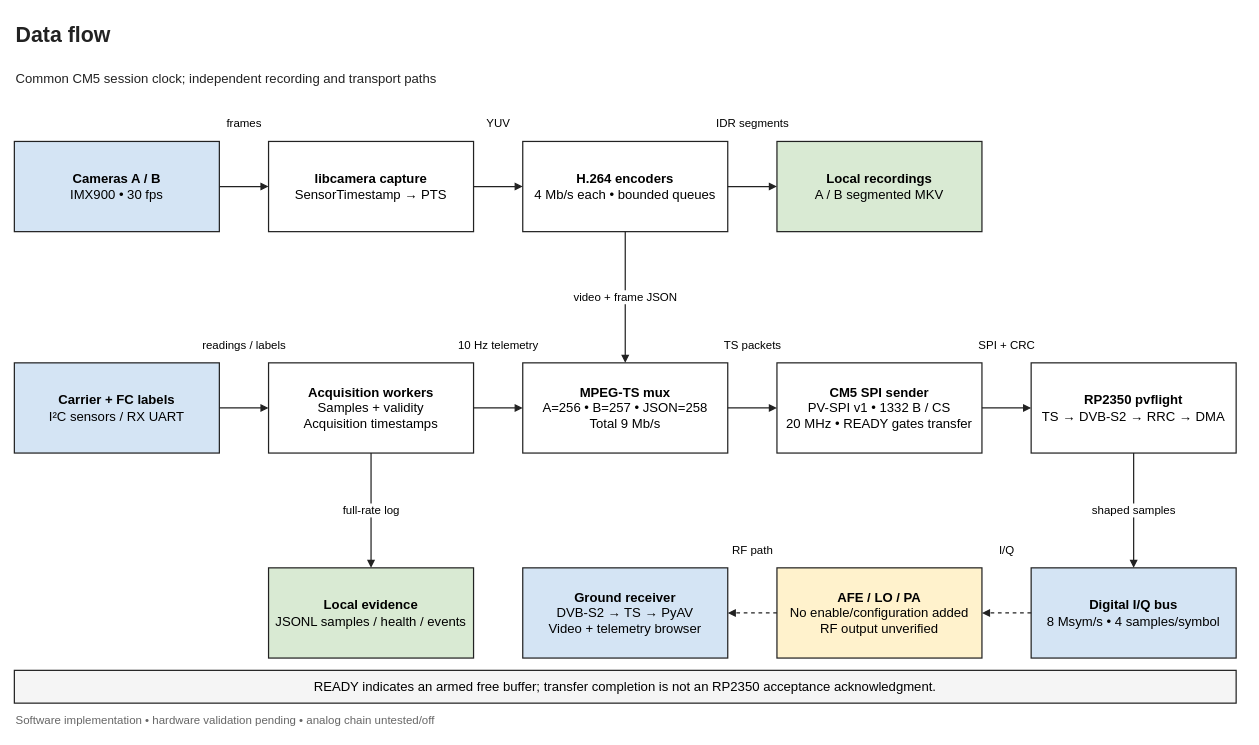
The draw.io diagram page "Data flow" (1 of 5) of software/architecture.drawio in stanford-ssi/PigeonVision, before the edit. Source tidied: cells renumbered, new cells numbered last; positions are measured from the earlier drawing's top-left corner, leaving out a move shared by most shapes. Both pictures are drawn from the tidied source at 82%, with x=0, y=0 at pixel (14, 14).
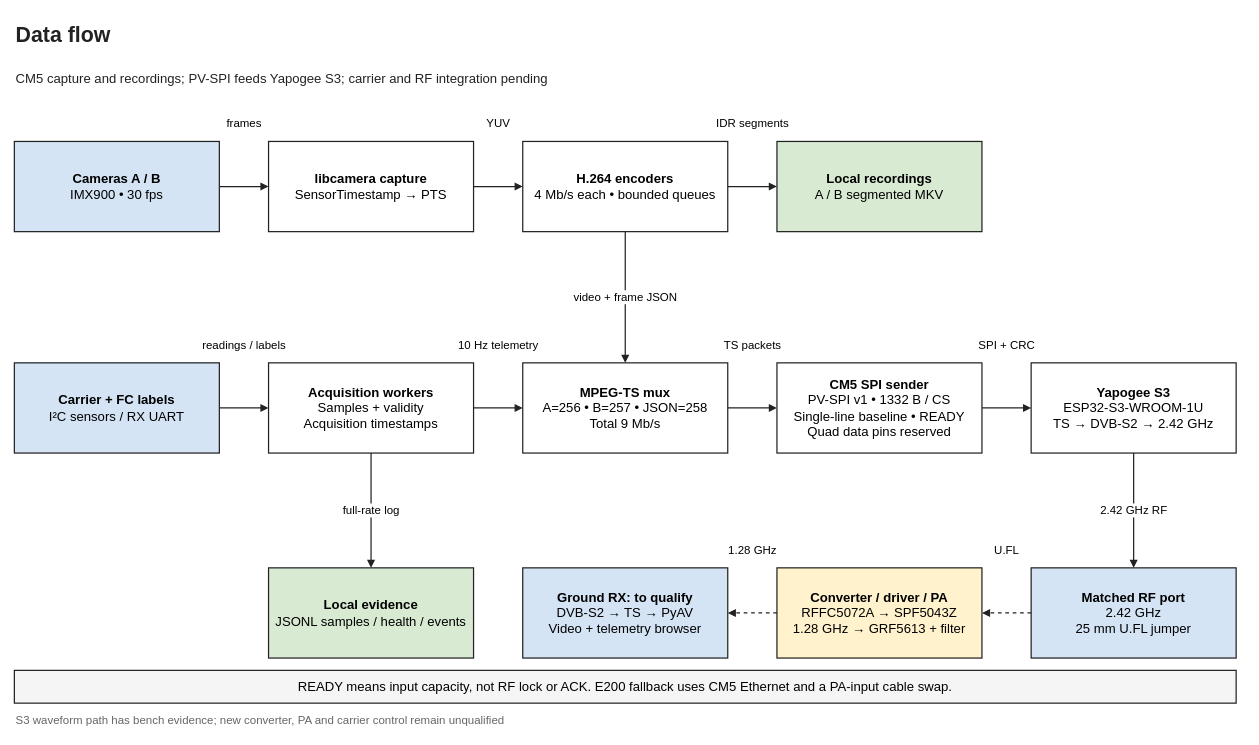
After the change.

Diff of the diagram source:
```diff
@@
-    <mxCell id="3" value="Common CM5 session clock; independent recording and transport paths" style="text;html=0;align=left;verticalAlign=middle;fillColor=none;strokeColor=none;fontFamily=Arial;fontSize=16;fontColor=#222222;" parent="1" vertex="1">
+    <mxCell id="3" value="CM5 capture and recordings; PV-SPI feeds Yapogee S3; carrier and RF integration pending" style="text;html=0;align=left;verticalAlign=middle;fillColor=none;strokeColor=none;fontFamily=Arial;fontSize=16;fontColor=#222222;" parent="1" vertex="1">
       <mxGeometry y="55" width="1500" height="45" as="geometry" />
     </mxCell>
-    <mxCell id="4" value="Software implementation • hardware validation pending • analog chain untested/off" style="text;html=0;align=left;verticalAlign=middle;fillColor=none;strokeColor=none;fontFamily=Arial;fontSize=16;fontColor=#222222;fontSize=14;fontColor=#666666;" parent="1" vertex="1">
+    <mxCell id="4" value="S3 waveform path has bench evidence; new converter, PA and carrier control remain unqualified" style="text;html=0;align=left;verticalAlign=middle;fillColor=none;strokeColor=none;fontFamily=Arial;fontSize=16;fontColor=#222222;fontSize=14;fontColor=#666666;" parent="1" vertex="1">
       <mxGeometry y="845" width="1500" height="30" as="geometry" />
     </mxCell>
@@
-    <mxCell id="12" value="&lt;b&gt;CM5 SPI sender&lt;/b&gt;&lt;br&gt;PV-SPI v1 • 1332 B / CS&lt;br&gt;20 MHz • READY gates transfer" style="rounded=0;whiteSpace=wrap;html=1;fontFamily=Arial;strokeColor=#222222;strokeWidth=1.5;align=center;verticalAlign=middle;fontSize=16;spacing=8;fillColor=#ffffff;" parent="1" vertex="1">
+    <mxCell id="12" value="&lt;b&gt;CM5 SPI sender&lt;/b&gt;&lt;br&gt;PV-SPI v1 • 1332 B / CS&lt;br&gt;Single-line baseline • READY&lt;br&gt;Quad data pins reserved" style="rounded=0;whiteSpace=wrap;html=1;fontFamily=Arial;strokeColor=#222222;strokeWidth=1.5;align=center;verticalAlign=middle;fontSize=16;spacing=8;fillColor=#ffffff;" parent="1" vertex="1">
       <mxGeometry x="930" y="425" width="250" height="110" as="geometry" />
     </mxCell>
-    <mxCell id="13" value="&lt;b&gt;RP2350 pvflight&lt;/b&gt;&lt;br&gt;TS → DVB-S2 → RRC → DMA" style="rounded=0;whiteSpace=wrap;html=1;fontFamily=Arial;strokeColor=#222222;strokeWidth=1.5;align=center;verticalAlign=middle;fontSize=16;spacing=8;fillColor=#ffffff;" parent="1" vertex="1">
+    <mxCell id="13" value="&lt;b&gt;Yapogee S3&lt;/b&gt;&lt;br&gt;ESP32-S3-WROOM-1U&lt;br&gt;TS → DVB-S2 → 2.42 GHz" style="rounded=0;whiteSpace=wrap;html=1;fontFamily=Arial;strokeColor=#222222;strokeWidth=1.5;align=center;verticalAlign=middle;fontSize=16;spacing=8;fillColor=#ffffff;" parent="1" vertex="1">
       <mxGeometry x="1240" y="425" width="250" height="110" as="geometry" />
     </mxCell>
-    <mxCell id="14" value="&lt;b&gt;Ground receiver&lt;/b&gt;&lt;br&gt;DVB-S2 → TS → PyAV&lt;br&gt;Video + telemetry browser" style="rounded=0;whiteSpace=wrap;html=1;fontFamily=Arial;strokeColor=#222222;strokeWidth=1.5;align=center;verticalAlign=middle;fontSize=16;spacing=8;fillColor=#d4e4f4;" parent="1" vertex="1">
+    <mxCell id="14" value="&lt;b&gt;Ground RX: to qualify&lt;/b&gt;&lt;br&gt;DVB-S2 → TS → PyAV&lt;br&gt;Video + telemetry browser" style="rounded=0;whiteSpace=wrap;html=1;fontFamily=Arial;strokeColor=#222222;strokeWidth=1.5;align=center;verticalAlign=middle;fontSize=16;spacing=8;fillColor=#d4e4f4;" parent="1" vertex="1">
       <mxGeometry x="620" y="675" width="250" height="110" as="geometry" />
     </mxCell>
@@
-    <mxCell id="16" value="&lt;b&gt;Digital I/Q bus&lt;/b&gt;&lt;br&gt;8 Msym/s • 4 samples/symbol" style="rounded=0;whiteSpace=wrap;html=1;fontFamily=Arial;strokeColor=#222222;strokeWidth=1.5;align=center;verticalAlign=middle;fontSize=16;spacing=8;fillColor=#d4e4f4;" parent="1" vertex="1">
+    <mxCell id="16" value="&lt;b&gt;Matched RF port&lt;/b&gt;&lt;br&gt;2.42 GHz&lt;br&gt;25 mm U.FL jumper" style="rounded=0;whiteSpace=wrap;html=1;fontFamily=Arial;strokeColor=#222222;strokeWidth=1.5;align=center;verticalAlign=middle;fontSize=16;spacing=8;fillColor=#d4e4f4;" parent="1" vertex="1">
       <mxGeometry x="1240" y="675" width="250" height="110" as="geometry" />
     </mxCell>
-    <mxCell id="17" value="&lt;b&gt;AFE / LO / PA&lt;/b&gt;&lt;br&gt;No enable/configuration added&lt;br&gt;RF output unverified" style="rounded=0;whiteSpace=wrap;html=1;fontFamily=Arial;strokeColor=#222222;strokeWidth=1.5;align=center;verticalAlign=middle;fontSize=16;spacing=8;fillColor=#fff2cc;" parent="1" vertex="1">
+    <mxCell id="17" value="&lt;b&gt;Converter / driver / PA&lt;/b&gt;&lt;br&gt;RFFC5072A → SPF5043Z&lt;br&gt;1.28 GHz → GRF5613 + filter" style="rounded=0;whiteSpace=wrap;html=1;fontFamily=Arial;strokeColor=#222222;strokeWidth=1.5;align=center;verticalAlign=middle;fontSize=16;spacing=8;fillColor=#fff2cc;" parent="1" vertex="1">
       <mxGeometry x="930" y="675" width="250" height="110" as="geometry" />
     </mxCell>
@@
-    <mxCell id="27" value="shaped samples" style="edgeStyle=orthogonalEdgeStyle;rounded=0;html=1;endArrow=block;endFill=1;strokeColor=#222222;strokeWidth=1.5;fontFamily=Arial;fontSize=14;labelBackgroundColor=#ffffff;exitX=0.5;exitY=1;entryX=0.5;entryY=0;" parent="1" edge="1" source="13" target="16">
+    <mxCell id="27" value="2.42 GHz RF" style="edgeStyle=orthogonalEdgeStyle;rounded=0;html=1;endArrow=block;endFill=1;strokeColor=#222222;strokeWidth=1.5;fontFamily=Arial;fontSize=14;labelBackgroundColor=#ffffff;exitX=0.5;exitY=1;entryX=0.5;entryY=0;" parent="1" edge="1" source="13" target="16">
       <mxGeometry relative="1" as="geometry" />
     </mxCell>
-    <mxCell id="28" value="I/Q" style="edgeStyle=orthogonalEdgeStyle;rounded=0;html=1;endArrow=block;endFill=1;strokeColor=#222222;strokeWidth=1.5;fontFamily=Arial;fontSize=14;labelBackgroundColor=#ffffff;exitX=0;exitY=0.5;entryX=1;entryY=0.5;dashed=1;" parent="1" edge="1" source="16" target="17">
+    <mxCell id="28" value="U.FL" style="edgeStyle=orthogonalEdgeStyle;rounded=0;html=1;endArrow=block;endFill=1;strokeColor=#222222;strokeWidth=1.5;fontFamily=Arial;fontSize=14;labelBackgroundColor=#ffffff;exitX=0;exitY=0.5;entryX=1;entryY=0.5;dashed=1;" parent="1" edge="1" source="16" target="17">
       <mxGeometry relative="1" as="geometry">
         <mxPoint y="-77" as="offset" />
       </mxGeometry>
     </mxCell>
-    <mxCell id="29" value="RF path" style="edgeStyle=orthogonalEdgeStyle;rounded=0;html=1;endArrow=block;endFill=1;strokeColor=#222222;strokeWidth=1.5;fontFamily=Arial;fontSize=14;labelBackgroundColor=#ffffff;exitX=0;exitY=0.5;entryX=1;entryY=0.5;dashed=1;" parent="1" edge="1" source="17" target="14">
+    <mxCell id="29" value="1.28 GHz" style="edgeStyle=orthogonalEdgeStyle;rounded=0;html=1;endArrow=block;endFill=1;strokeColor=#222222;strokeWidth=1.5;fontFamily=Arial;fontSize=14;labelBackgroundColor=#ffffff;exitX=0;exitY=0.5;entryX=1;entryY=0.5;dashed=1;" parent="1" edge="1" source="17" target="14">
       <mxGeometry relative="1" as="geometry">
         <mxPoint y="-77" as="offset" />
       </mxGeometry>
     </mxCell>
-    <mxCell id="30" value="READY indicates an armed free buffer; transfer completion is not an RP2350 acceptance acknowledgment." style="rounded=0;whiteSpace=wrap;html=1;fontFamily=Arial;strokeColor=#222222;strokeWidth=1.5;align=center;verticalAlign=middle;fontSize=16;spacing=8;fillColor=#f5f5f5;" parent="1" vertex="1">
+    <mxCell id="30" value="READY means input capacity, not RF lock or ACK. E200 fallback uses CM5 Ethernet and a PA-input cable swap." style="rounded=0;whiteSpace=wrap;html=1;fontFamily=Arial;strokeColor=#222222;strokeWidth=1.5;align=center;verticalAlign=middle;fontSize=16;spacing=8;fillColor=#f5f5f5;" parent="1" vertex="1">
       <mxGeometry y="800" width="1490" height="40" as="geometry" />
     </mxCell>
```
